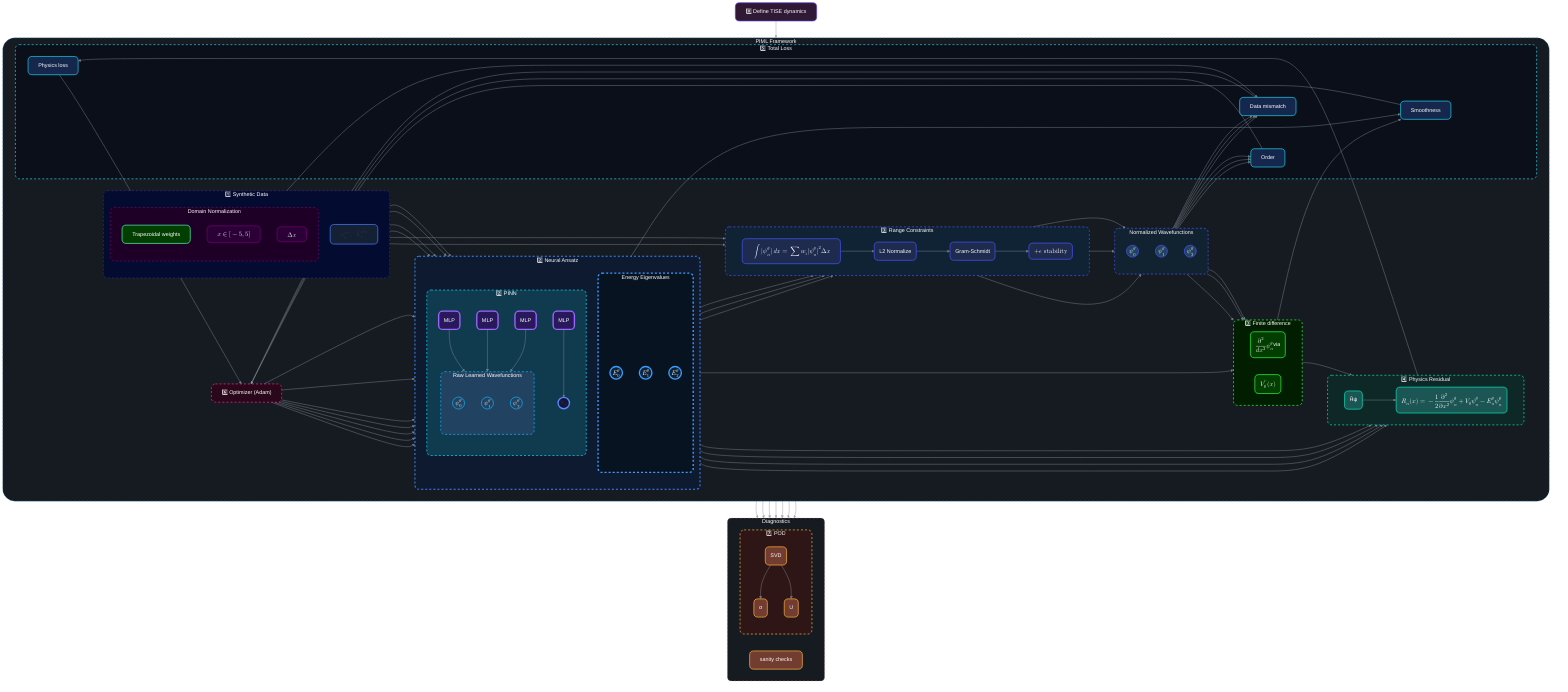
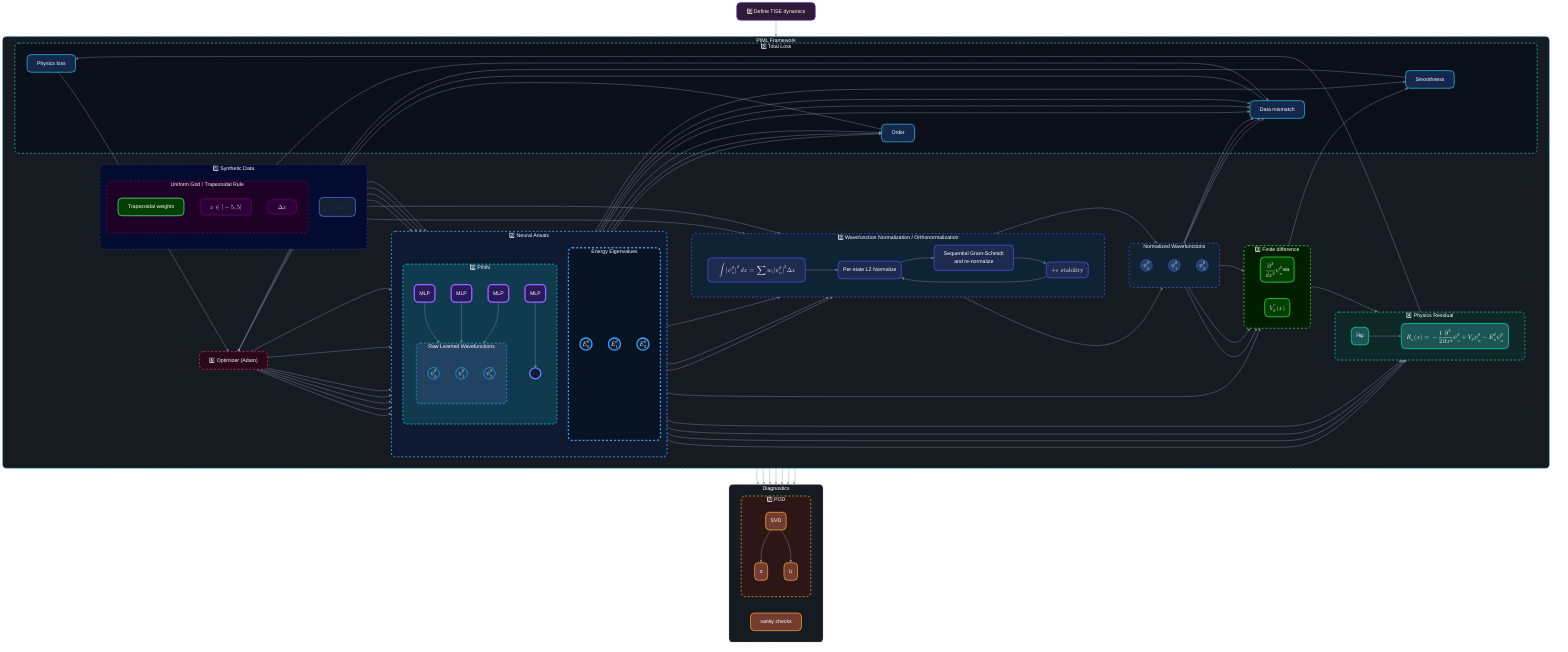
%%{ init: {
        "theme": "dark",
        "themeVariables": {
            "background": "#0D1117",
            "lineColor": "#14B5FF",
-             "textColor": "#ffffff",
+             "textColor": "whitesmoke",
+             "primaryTextColor": "whitesmoke",
+             "secondaryTextColor": "whitesmoke",
+             "tertiaryTextColor": "whitesmoke",
            "fontFamily": "'Aclonica', sans-serif",
            "borderRadius": "14"
        },
+         "themeCSS": ".nodeLabel, .edgeLabel, .cluster-label, .cluster-label text, .label, .label text, text, .katex, .katex *, .MathJax, .MathJax *, mjx-container, mjx-container * { color: whitesmoke !important; fill: whitesmoke !important; -webkit-text-fill-color: whitesmoke !important; }",
        "flowchart": {
            "curve": "basis",
            "nodeSpacing": 30,
            "rankSpacing": 50
        },
        "handDrawn": true
    } }%%

flowchart TB

%% ==============================
%% COLOR CLASSES (your palette)
%% ==============================
style step0 fill:#301934,stroke:#5D3FD3,stroke-width:2px,color:#ffffff,rx:12,ry:12;
- style PIML fill:#161b22,stroke:#14b5ff,stroke-dasharray:6 6,color:#ffffff,rx:36,ry:36;
+ style PIML fill:#161b22,stroke:#14b5ff,stroke-width:2px,stroke-dasharray:6 6,color:#ffffff,rx:12,ry:12;
style synthetic_data fill:#040b30,stroke:#5D3FD3,stroke-dasharray:6 6,color:#ffffff,rx:12,ry:12;
style domain_norm fill:#1E0026,stroke:#750071,stroke-width:2px,color:#ffffff,rx:12,ry:12,stroke-dasharray:6 6,rx:12,ry:12;
style trap fill:#023e00,stroke:#57ffbc,color:#ffffff,stroke-width:2px,rx:12,ry:12;
style observed_data fill:#142034,stroke:#5280ff,stroke-width:2px,color:#ffffff,rx:12,ry:12;
style neural_ansatz fill:#0d1a30,stroke:#3b82ff,stroke-width:3px,color:#ffffff,stroke-dasharray:6 6,rx:12px, ry:12px;
style energy_eigenvalues fill:#071320,stroke:#3b9eff,stroke-width:4px,color:#ffffff,stroke-dasharray: 6 6, rx:12px, ry:12px;
style PINN fill:#103b4f,stroke:#00E8FF,stroke-width:2px,color:#ffffff,stroke-dasharray: 6 6,rx:12,ry:12;
style raw_wavefunctions fill:#224261,stroke:#14B5FF,stroke-width:2px,stroke-dasharray:6 6,color:#ffffff,rx:12,ry:12;
style normalization fill:#0f2335,stroke:#4b54ff,color:#ffffff,stroke-width:2px, stroke-dasharray: 6 6, rx:12, ry:12;
style normalized_wavefunctions fill:#112230,color:#ffffff,stroke:#4b54ff,stroke-width:2px,stroke-dasharray:6 6,rx:12,ry:12;
style finite_difference fill:#011e00,stroke:#31ff48,color:#ffffff,stroke-width:2px,stroke-dasharray:6 6,rx:12,ry:12;
style residual fill:#0d2827,stroke:#03E8BD,stroke-width:2px,color:#ffffff,stroke-dasharray:6 6,rx:12px,ry:12px;
style diagnostics fill:#161b22,stroke:#f68080,stroke-dasharray:6 6,color:#ffffff,rx:12,ry:12;
style pod fill:#2f1616,stroke:#FEB538,color:#ffffff,stroke-width:2px,stroke-dasharray:6 6,rx:12px,ry:12px;
style loss fill:#0a0f1a,stroke:#22d3ee,stroke-width:2px,color:#ffffff,stroke-dasharray:6 6,rx:12px, ry:12px;
style potential fill:#11163a,stroke:#5f88ff,stroke-width:4px,color:#ffffff,rx:12px, ry:12px;


classDef spatial_stencil fill:#2a0037,stroke:#750071,stroke-width:2px,color:#ffffff,rx:12,ry:12;
classDef MLP fill:#2a185c,stroke:#9a66ff,stroke-width:4px,color:#ffffff,rx:12px,ry:12px;
classDef norm fill:#1e2b4e,stroke:#4b54ff,color:#ffffff,stroke-width:2px,rx:12px,ry:12px;
classDef energy fill:#0d2238,stroke:#3b9eff,stroke-width:4px,color:#ffffff,rx:12px, ry:12px;
classDef psiraw fill:#224261,stroke:#14B5FF,color:#ffffff,stroke-width:2px,rx:12,ry:12;
classDef psinorm fill:#224261,stroke:#4b54ff,stroke-width:2px,color:#ffffff,rx:12,ry:12;
classDef stencil fill:#023e00,stroke:#31ff48,color:#ffffff,stroke-width:2px,rx:12,ry:12;
classDef physics fill:#1c5654,stroke:#03E8BD,color:#ffffff,stroke-width:2px,rx:12,ry:12;
classDef opt fill:#2a071b,stroke:#FE28A2,color:#ffffff,stroke-width:2px,stroke-dasharray:6 6,rx:12,ry:12;
classDef diag fill:#723c30,stroke:#FEB538,color:#ffffff,stroke-width:2px,rx:12,ry:12;
classDef loss_terms fill:#15274d,stroke:#22d3ee,stroke-width:2px,color:#ffffff,rx:12px, ry:12px;


%% ==============================
%% NODES (smaller circles)
%% ==============================
potential(("$$V_\theta$$"))

psi0_raw(("$$\psi_0^\theta$$")):::psiraw
psi1_raw(("$$\psi_1^\theta$$")):::psiraw
psi2_raw(("$$\psi_2^\theta$$")):::psiraw

psi0(("$$\psi_0^\theta$$")):::psinorm
psi1(("$$\psi_1^\theta$$")):::psinorm
psi2(("$$\psi_2^\theta$$")):::psinorm

E0(("$$E_0^\theta$$")):::energy
E1(("$$E_1^\theta$$")):::energy
E2(("$$E_2^\theta$$")):::energy

%% ==============================
%% PIPELINE
%% ==============================
subgraph PIML["PIML Framework"]
direction LR

    subgraph synthetic_data["1️⃣ Synthetic Data"]
    direction TB
-         subgraph domain_norm["Domain Normalization"]
+         subgraph domain_norm["Uniform Grid / Trapezoidal Rule"]
            spatial_grid["$$x\in[-5, 5]$$"]:::spatial_stencil
            deltax["$$\Delta x$$"]:::spatial_stencil
            trap["Trapezoidal weights"]
        end


-         observed_data["$$\rho_n^\text{obs}, \ E_n^\text{obs}$$"]
+         observed_data("$$\rho_n^\text{obs}, \ E_n^\text{obs}$$")
    end

    subgraph neural_ansatz["2️⃣ Neural Ansatz"]
    direction TB
        subgraph energy_eigenvalues["Energy Eigenvalues"]
            E0
            E1
            E2
        end

        subgraph PINN["2️⃣ PINN"]
        direction TB

            subgraph raw_wavefunctions["Raw Learned Wavefunctions"]
            direction TB
                psi0_raw
                psi1_raw
                psi2_raw
            end

            MLP1("MLP"):::MLP --> potential
            MLP2("MLP"):::MLP --> psi0_raw
            MLP3("MLP"):::MLP --> psi1_raw
            MLP4("MLP"):::MLP --> psi2_raw
        end
    end

-     subgraph normalization["3️⃣ Range Constraints"]
+     subgraph normalization["3️⃣ Wavefunction Normalization / Orthonormalization"]
    direction LR
-         apply_trapezoidal_weights["$$\int|\psi_n^\theta |\, dx=\sum{w_i |\psi_n^\theta |^2 \Delta x}$$"]:::norm
-         norm1("L2 Normalize"):::norm
-         gs("Gram-Schmidt"):::norm
+         apply_trapezoidal_weights["$$\int|\psi_n^\theta |^2\, dx=\sum{w_i |\psi_n^\theta |^2 \Delta x}$$"]:::norm
+         norm1("Per-state L2 Normalize"):::norm
+         gs["Sequential Gram-Schmidt<br/>and re-normalize"]:::norm
        eps("$$+\epsilon \ \text{stability}$$"):::norm
    end

    subgraph normalized_wavefunctions["Normalized Wavefunctions"]
    direction TB
        psi0
        psi1
        psi2
    end

    subgraph finite_difference["3️⃣ Finite difference"]
    direction LR
        eigenfunction_stencil("$$\frac{\partial^2}{dx^2}\psi_n^\theta$$ via"):::stencil
        potential_stencil("$$V_\theta''(x)$$"):::stencil
    end

    subgraph residual["4️⃣ Physics Residual"]
    direction LR
        H("Ĥψ"):::physics
        R("$$R_n(x)=-\frac{1}{2}\frac{\partial^2}{\partial x^2}\psi_n^\theta + V_\theta\psi_n^\theta-E_n^\theta\psi_n^\theta $$"):::physics
    end

    subgraph loss["5️⃣  Total Loss"]
        Lp["Physics loss"]:::loss_terms
        Ln["Order"]:::loss_terms
        Ls["Smoothness"]:::loss_terms
        Ld["Data mismatch"]:::loss_terms
    end

    opt["6️⃣  Optimizer (Adam)"]:::opt

    %% FLOW
    spatial_grid --> MLP1
    spatial_grid --> MLP2
    spatial_grid --> MLP3
    spatial_grid --> MLP4

    deltax --> apply_trapezoidal_weights
    trap --> apply_trapezoidal_weights

    psi0_raw --> norm1
    psi1_raw --> norm1
    psi2_raw --> norm1

    apply_trapezoidal_weights --> norm1

+     eps --> norm1
+ 
    norm1 --> gs

    gs --> psi0
    gs --> psi1
    gs --> eps

-     eps --> psi2

    psi0 --> eigenfunction_stencil
    psi1 --> eigenfunction_stencil
    psi2 --> eigenfunction_stencil

    potential --> potential_stencil

    eigenfunction_stencil --> H
    potential --> H
    E0 --> H
    E1 --> H
    E2 --> H

    H --> R --> Lp

-     psi0 --> Ln
-     psi1 --> Ln
-     psi2 --> Ln
+     E0 --> Ln
+     E1 --> Ln
+     E2 --> Ln

    potential --> Ls
    potential_stencil --> Ls

    psi0 --> Ld
    psi1 --> Ld
    psi2 --> Ld
+     E0 --> Ld
+     E1 --> Ld
+     E2 --> Ld
    observed_data --> Ld

    Lp --> opt
    Ln --> opt
    Ls --> opt
    Ld --> opt

    opt --> MLP1
    opt --> MLP2
    opt --> MLP3
    opt --> MLP4
    opt --> E0
    opt --> E1
    opt --> E2

end

step0["0️⃣ Define TISE dynamics"] --> PIML

%% ==============================
%% DIAGNOSTICS
%% ==============================
subgraph diagnostics["Diagnostics"]

    sanity["sanity checks"]:::diag

    subgraph pod["7️⃣ POD"]
        SVD("SVD"):::diag
        spec("σ"):::diag
        modes("U"):::diag

        SVD --> spec
        SVD --> modes
    end

end

psi0 --> diagnostics
psi1 --> diagnostics
psi2 --> diagnostics

E0 --> diagnostics
E1 --> diagnostics
E2 --> diagnostics

potential --> diagnostics

%% ==============================
%% LINKS (subtle)
%% ==============================
- linkStyle default stroke:#8b949e,stroke-width:1.5px,opacity:0.8
+ linkStyle default stroke:#8b949e,stroke-width:1.5px,opacity:0.8